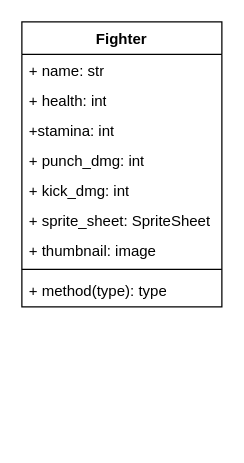
The draw.io diagram UML.drawio in FuvaKumi/ComboCombat-Reworked, before the edit. Source tidied: cells renumbered, new cells numbered last; positions are measured from the earlier drawing's top-left corner, leaving out a move shared by most shapes. Both pictures are drawn from the tidied source at 125%, with x=0, y=0 at pixel (21, 21).
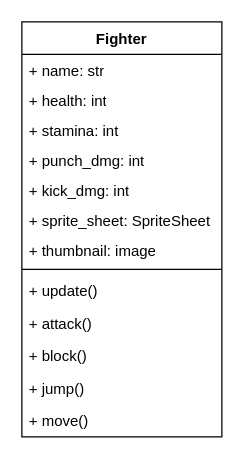
The same page after the edit.

Diff of the diagram source:
```diff
@@
 <mxGraphModel>
   <root>
     <mxCell id="0" />
     <mxCell id="1" parent="0" />
     <mxCell id="2" value="Fighter" style="swimlane;fontStyle=1;align=center;verticalAlign=top;horizontal=1;startSize=26;whiteSpace=wrap;html=1;" parent="1" vertex="1">
-      <mxGeometry width="160" height="228" as="geometry" />
+      <mxGeometry width="160" height="332" as="geometry" />
     </mxCell>
     <mxCell id="3" value="+ name: str" style="text;strokeColor=none;fillColor=none;align=left;verticalAlign=top;spacingLeft=4;spacingRight=4;overflow=hidden;whiteSpace=wrap;html=1;" parent="2" vertex="1">
       <mxGeometry y="26" width="160" height="24" as="geometry" />
     </mxCell>
     <mxCell id="4" value="+ health: int" style="text;strokeColor=none;fillColor=none;align=left;verticalAlign=top;spacingLeft=4;spacingRight=4;overflow=hidden;whiteSpace=wrap;html=1;" parent="2" vertex="1">
       <mxGeometry y="50" width="160" height="24" as="geometry" />
     </mxCell>
-    <mxCell id="5" value="+stamina: int" style="text;strokeColor=none;fillColor=none;align=left;verticalAlign=top;spacingLeft=4;spacingRight=4;overflow=hidden;whiteSpace=wrap;html=1;" parent="2" vertex="1">
+    <mxCell id="5" value="+ stamina: int" style="text;strokeColor=none;fillColor=none;align=left;verticalAlign=top;spacingLeft=4;spacingRight=4;overflow=hidden;whiteSpace=wrap;html=1;" parent="2" vertex="1">
       <mxGeometry y="74" width="160" height="24" as="geometry" />
     </mxCell>
     <mxCell id="6" value="+ punch_dmg: int" style="text;strokeColor=none;fillColor=none;align=left;verticalAlign=top;spacingLeft=4;spacingRight=4;overflow=hidden;whiteSpace=wrap;html=1;" parent="2" vertex="1">
       <mxGeometry y="98" width="160" height="24" as="geometry" />
     </mxCell>
     <mxCell id="7" value="+ kick_dmg: int" style="text;strokeColor=none;fillColor=none;align=left;verticalAlign=top;spacingLeft=4;spacingRight=4;overflow=hidden;whiteSpace=wrap;html=1;" parent="2" vertex="1">
       <mxGeometry y="122" width="160" height="24" as="geometry" />
     </mxCell>
     <mxCell id="8" value="+ sprite_sheet: SpriteSheet" style="text;strokeColor=none;fillColor=none;align=left;verticalAlign=top;spacingLeft=4;spacingRight=4;overflow=hidden;whiteSpace=wrap;html=1;" parent="2" vertex="1">
       <mxGeometry y="146" width="160" height="24" as="geometry" />
     </mxCell>
     <mxCell id="9" value="+ thumbnail: image" style="text;strokeColor=none;fillColor=none;align=left;verticalAlign=top;spacingLeft=4;spacingRight=4;overflow=hidden;whiteSpace=wrap;html=1;" parent="2" vertex="1">
       <mxGeometry y="170" width="160" height="24" as="geometry" />
     </mxCell>
     <mxCell id="10" style="line;strokeWidth=1;fillColor=none;align=left;verticalAlign=middle;spacingTop=-1;spacingLeft=3;spacingRight=3;labelPosition=right;strokeColor=inherit;" parent="2" vertex="1">
       <mxGeometry y="194" width="160" height="8" as="geometry" />
     </mxCell>
-    <mxCell id="11" value="+ method(type): type" style="text;strokeColor=none;fillColor=none;align=left;verticalAlign=top;spacingLeft=4;spacingRight=4;overflow=hidden;whiteSpace=wrap;html=1;" parent="2" vertex="1">
+    <mxCell id="11" value="+ update()" style="text;strokeColor=none;fillColor=none;align=left;verticalAlign=top;spacingLeft=4;spacingRight=4;overflow=hidden;whiteSpace=wrap;html=1;" parent="2" vertex="1">
       <mxGeometry y="202" width="160" height="26" as="geometry" />
     </mxCell>
+    <mxCell id="12" value="+ attack()" style="text;strokeColor=none;fillColor=none;align=left;verticalAlign=top;spacingLeft=4;spacingRight=4;overflow=hidden;whiteSpace=wrap;html=1;" parent="2" vertex="1">
+      <mxGeometry y="228" width="160" height="26" as="geometry" />
+    </mxCell>
+    <mxCell id="13" value="+ block()" style="text;strokeColor=none;fillColor=none;align=left;verticalAlign=top;spacingLeft=4;spacingRight=4;overflow=hidden;whiteSpace=wrap;html=1;" parent="2" vertex="1">
+      <mxGeometry y="254" width="160" height="26" as="geometry" />
+    </mxCell>
+    <mxCell id="14" value="+ jump()" style="text;strokeColor=none;fillColor=none;align=left;verticalAlign=top;spacingLeft=4;spacingRight=4;overflow=hidden;whiteSpace=wrap;html=1;" parent="2" vertex="1">
+      <mxGeometry y="280" width="160" height="26" as="geometry" />
+    </mxCell>
+    <mxCell id="15" value="+ move()" style="text;strokeColor=none;fillColor=none;align=left;verticalAlign=top;spacingLeft=4;spacingRight=4;overflow=hidden;whiteSpace=wrap;html=1;" parent="2" vertex="1">
+      <mxGeometry y="306" width="160" height="26" as="geometry" />
+    </mxCell>
   </root>
 </mxGraphModel>
```
